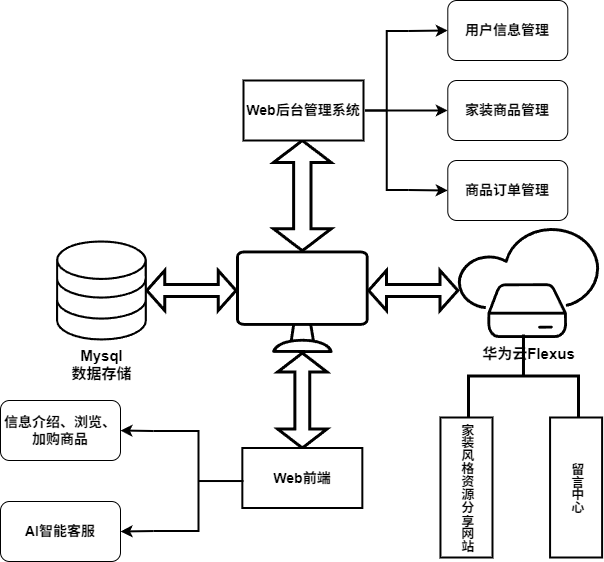
The draw.io diagram 6.drawio.png in xiyuliu509/microservice-shop, before a commit. Source tidied: cells renumbered, new cells last; positions are measured from the earlier drawing's top-left corner, leaving out a move shared by most shapes.
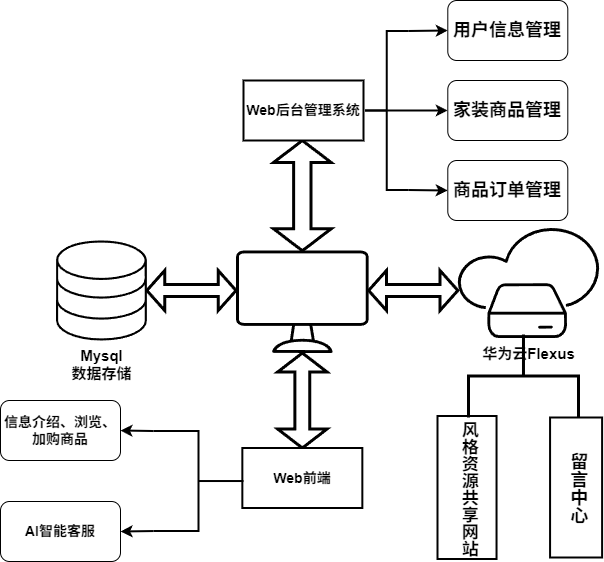
The same diagram one commit later.

The edit, as a diff of the source:
```diff
@@ -20,13 +20,13 @@
     <mxCell id="7" style="shape=doubleArrow;direction=south;whiteSpace=wrap;html=1;strokeWidth=3;" parent="1" vertex="1">
       <mxGeometry x="277.2" y="352.5" width="49.4" height="95" as="geometry" />
     </mxCell>
-    <mxCell id="8" value="&lt;b&gt;&lt;font style=&quot;font-size: 13px;&quot;&gt;家装风格资源分享网站&lt;/font&gt;&lt;/b&gt;" style="rounded=0;whiteSpace=wrap;html=1;textDirection=vertical-lr;strokeWidth=2;" parent="1" vertex="1">
-      <mxGeometry x="440" y="417" width="52" height="140" as="geometry" />
+    <mxCell id="8" value="&lt;b&gt;&lt;font style=&quot;font-size: 17px;&quot;&gt;风格资源共享网站&lt;/font&gt;&lt;/b&gt;" style="rounded=0;whiteSpace=wrap;html=1;textDirection=vertical-lr;strokeWidth=2;" parent="1" vertex="1">
+      <mxGeometry x="437" y="415.5" width="59" height="143" as="geometry" />
     </mxCell>
     <mxCell id="9" style="strokeWidth=3;html=1;shape=mxgraph.flowchart.annotation_2;align=left;labelPosition=right;rotation=90;fontSize=14;fontStyle=1;" parent="1" vertex="1">
       <mxGeometry x="481.5" y="320.5" width="83" height="110" as="geometry" />
     </mxCell>
-    <mxCell id="10" value="&lt;span style=&quot;font-size: 13px;&quot;&gt;&lt;b&gt;留言中心&lt;/b&gt;&lt;/span&gt;" style="rounded=0;whiteSpace=wrap;html=1;textDirection=vertical-lr;strokeWidth=2;" parent="1" vertex="1">
+    <mxCell id="10" value="&lt;b style=&quot;&quot;&gt;&lt;font style=&quot;font-size: 18px;&quot;&gt;留言中心&lt;/font&gt;&lt;/b&gt;" style="rounded=0;whiteSpace=wrap;html=1;textDirection=vertical-lr;strokeWidth=2;" parent="1" vertex="1">
       <mxGeometry x="549.6" y="417" width="52" height="140" as="geometry" />
     </mxCell>
     <mxCell id="11" style="sketch=0;verticalLabelPosition=bottom;sketch=0;html=1;verticalAlign=top;strokeColor=none;fillColor=#000000;align=center;shape=mxgraph.citrix2.desktop;" parent="1" vertex="1">
@@ -47,13 +47,13 @@
     <mxCell id="16" style="strokeWidth=2;html=1;shape=mxgraph.flowchart.annotation_2;align=left;labelPosition=right;" parent="1" vertex="1">
       <mxGeometry x="364.7" y="30.5" width="43.2" height="159" as="geometry" />
     </mxCell>
-    <mxCell id="17" value="&lt;b&gt;&lt;font style=&quot;font-size: 14px;&quot;&gt;商品订单管理&lt;/font&gt;&lt;/b&gt;" style="rounded=1;whiteSpace=wrap;html=1;" parent="1" vertex="1">
+    <mxCell id="17" value="&lt;b&gt;&lt;font style=&quot;font-size: 18px;&quot;&gt;商品订单管理&lt;/font&gt;&lt;/b&gt;" style="rounded=1;whiteSpace=wrap;html=1;" parent="1" vertex="1">
       <mxGeometry x="447.3" y="160" width="120" height="60" as="geometry" />
     </mxCell>
-    <mxCell id="18" value="&lt;b&gt;&lt;font style=&quot;font-size: 14px;&quot;&gt;用户信息管理&lt;/font&gt;&lt;/b&gt;" style="rounded=1;whiteSpace=wrap;html=1;" parent="1" vertex="1">
+    <mxCell id="18" value="&lt;b&gt;&lt;font style=&quot;font-size: 18px;&quot;&gt;用户信息管理&lt;/font&gt;&lt;/b&gt;" style="rounded=1;whiteSpace=wrap;html=1;" parent="1" vertex="1">
       <mxGeometry x="447.3" width="120" height="60" as="geometry" />
     </mxCell>
-    <mxCell id="19" value="&lt;b&gt;&lt;font style=&quot;font-size: 14px;&quot;&gt;家装商品管理&lt;/font&gt;&lt;/b&gt;" style="rounded=1;whiteSpace=wrap;html=1;" parent="1" vertex="1">
+    <mxCell id="19" value="&lt;b&gt;&lt;font style=&quot;font-size: 18px;&quot;&gt;家装商品管理&lt;/font&gt;&lt;/b&gt;" style="rounded=1;whiteSpace=wrap;html=1;" parent="1" vertex="1">
       <mxGeometry x="447.3" y="80" width="120" height="60" as="geometry" />
     </mxCell>
     <mxCell id="20" value="&lt;b&gt;&lt;font style=&quot;font-size: 14px;&quot;&gt;Web前端&lt;/font&gt;&lt;/b&gt;" style="rounded=0;whiteSpace=wrap;html=1;strokeWidth=2;" parent="1" vertex="1">
```
